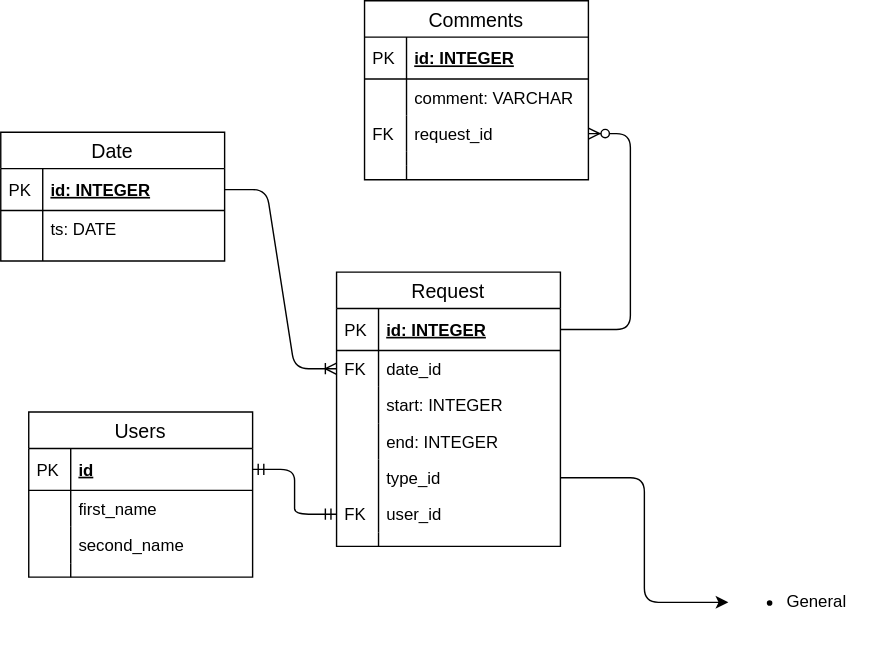
The draw.io diagram time_manager_schema.svg in krjakbrjak/time_management, before a commit. Source tidied: cells renumbered, new cells last; positions are measured from the earlier drawing's top-left corner, leaving out a move shared by most shapes.
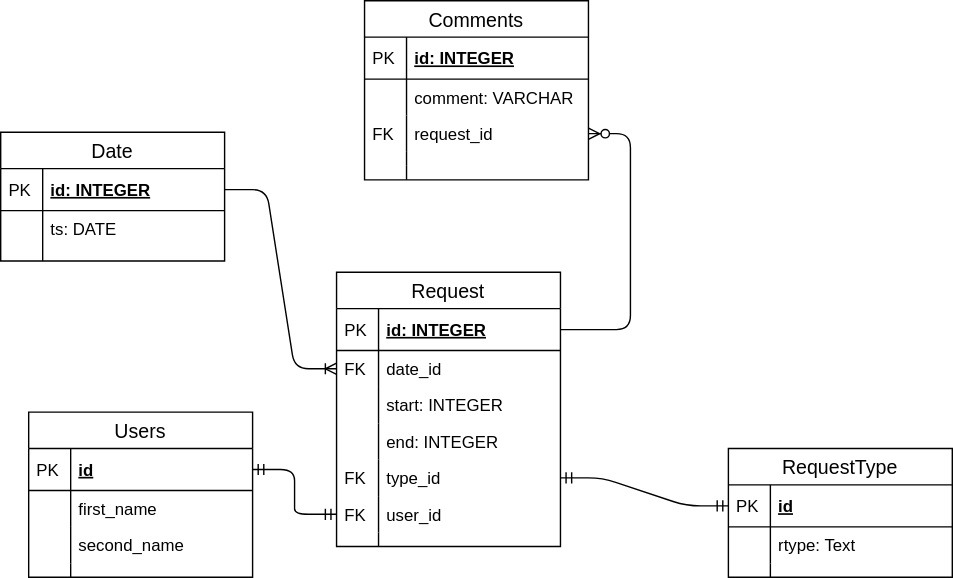
After the commit.

Change to the diagram source:
```diff
@@ -68,7 +68,7 @@
     <mxCell id="23" value="type_id" style="shape=partialRectangle;top=0;left=0;right=0;bottom=0;align=left;verticalAlign=top;fillColor=none;spacingLeft=34;spacingRight=4;overflow=hidden;points=[[0,0.5],[1,0.5]];portConstraint=eastwest;fontSize=12;" parent="14" vertex="1">
       <mxGeometry y="134" width="160" height="26" as="geometry" />
     </mxCell>
-    <mxCell id="24" style="shape=partialRectangle;top=0;left=0;bottom=0;fillColor=none;align=left;verticalAlign=top;spacingLeft=4;spacingRight=4;overflow=hidden;fontSize=12;" parent="23" vertex="1">
+    <mxCell id="24" value="FK" style="shape=partialRectangle;top=0;left=0;bottom=0;fillColor=none;align=left;verticalAlign=top;spacingLeft=4;spacingRight=4;overflow=hidden;fontSize=12;" parent="23" vertex="1">
       <mxGeometry width="30" height="26" as="geometry" />
     </mxCell>
     <mxCell id="25" value="user_id" style="shape=partialRectangle;top=0;left=0;right=0;bottom=0;align=left;verticalAlign=top;fillColor=none;spacingLeft=34;spacingRight=4;overflow=hidden;points=[[0,0.5],[1,0.5]];portConstraint=eastwest;fontSize=12;" parent="14" vertex="1">
@@ -137,11 +137,29 @@
     <mxCell id="46" style="shape=partialRectangle;top=0;left=0;bottom=0;fillColor=none;align=left;verticalAlign=top;spacingLeft=4;spacingRight=4;overflow=hidden;fontSize=12;" parent="45" vertex="1">
       <mxGeometry width="30" height="10" as="geometry" />
     </mxCell>
-    <mxCell id="47" value="&lt;ul&gt;&lt;li&gt;General&lt;/li&gt;&lt;/ul&gt;" style="text;strokeColor=none;fillColor=none;html=1;whiteSpace=wrap;verticalAlign=middle;overflow=hidden;" parent="1" vertex="1">
-      <mxGeometry x="520" y="390" width="100" height="80" as="geometry" />
-    </mxCell>
-    <mxCell id="48" style="edgeStyle=elbowEdgeStyle;elbow=horizontal;endArrow=classic;html=1;entryX=0;entryY=0.5;entryDx=0;entryDy=0;" parent="1" edge="1" source="23" target="47">
-      <mxGeometry relative="1" as="geometry" />
-    </mxCell>
+    <mxCell id="49" style="edgeStyle=entityRelationEdgeStyle;fontSize=12;html=1;endArrow=ERmandOne;startArrow=ERmandOne;" parent="1" edge="1" source="23" target="51">
+      <mxGeometry relative="1" as="geometry" />
+    </mxCell>
+    <mxCell id="50" value="RequestType" style="swimlane;fontStyle=0;horizontal=1;startSize=26;align=center;fontSize=14;" parent="1" vertex="1">
+      <mxGeometry x="520" y="320" width="160" height="92" as="geometry" />
+    </mxCell>
+    <mxCell id="51" value="id" style="shape=partialRectangle;top=0;left=0;right=0;bottom=1;align=left;verticalAlign=middle;fillColor=none;spacingLeft=34;spacingRight=4;overflow=hidden;points=[[0,0.5],[1,0.5]];portConstraint=eastwest;fontStyle=5;fontSize=12;" parent="50" vertex="1">
+      <mxGeometry y="26" width="160" height="30" as="geometry" />
+    </mxCell>
+    <mxCell id="52" value="PK" style="shape=partialRectangle;top=0;left=0;bottom=0;fillColor=none;align=left;verticalAlign=middle;spacingLeft=4;spacingRight=4;overflow=hidden;fontSize=12;" parent="51" vertex="1">
+      <mxGeometry width="30" height="30" as="geometry" />
+    </mxCell>
+    <mxCell id="53" value="rtype: Text" style="shape=partialRectangle;top=0;left=0;right=0;bottom=0;align=left;verticalAlign=top;fillColor=none;spacingLeft=34;spacingRight=4;overflow=hidden;fontSize=12;" parent="50" vertex="1">
+      <mxGeometry y="56" width="160" height="26" as="geometry" />
+    </mxCell>
+    <mxCell id="54" style="shape=partialRectangle;top=0;left=0;bottom=0;fillColor=none;align=left;verticalAlign=top;spacingLeft=4;spacingRight=4;overflow=hidden;fontSize=12;" parent="53" vertex="1">
+      <mxGeometry width="30" height="26" as="geometry" />
+    </mxCell>
+    <mxCell id="55" style="shape=partialRectangle;top=0;left=0;right=0;bottom=0;align=left;verticalAlign=top;fillColor=none;spacingLeft=34;spacingRight=4;overflow=hidden;fontSize=12;" parent="50" vertex="1">
+      <mxGeometry y="82" width="160" height="10" as="geometry" />
+    </mxCell>
+    <mxCell id="56" style="shape=partialRectangle;top=0;left=0;bottom=0;fillColor=none;align=left;verticalAlign=top;spacingLeft=4;spacingRight=4;overflow=hidden;fontSize=12;" parent="55" vertex="1">
+      <mxGeometry width="30" height="10" as="geometry" />
+    </mxCell>
   </root>
 </mxGraphModel>
```
